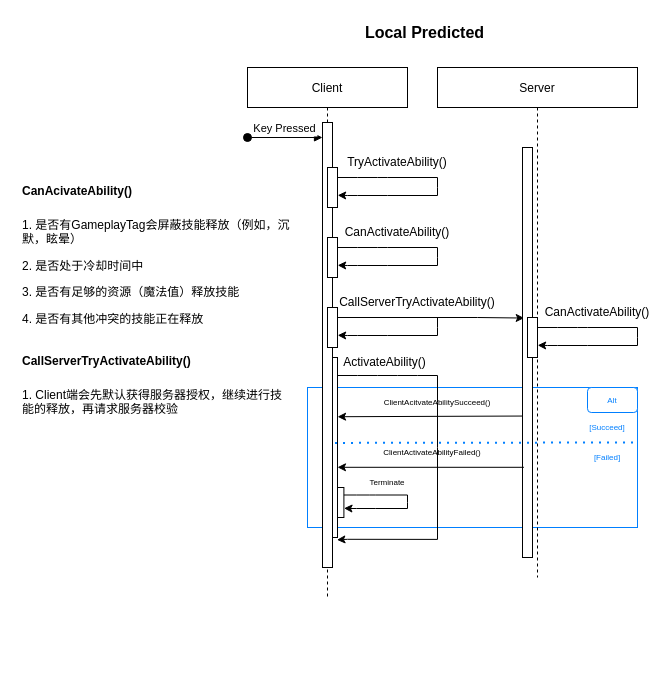
Before: Untitled Diagram.drawio in HollowKnight123/GASDocumentation, a draw.io diagram. Source tidied: cells renumbered, new cells numbered last; positions are measured from the earlier drawing's top-left corner, leaving out a move shared by most shapes. Both pictures are drawn from the tidied source at 100%, with x=0, y=0 at pixel (17, 17).
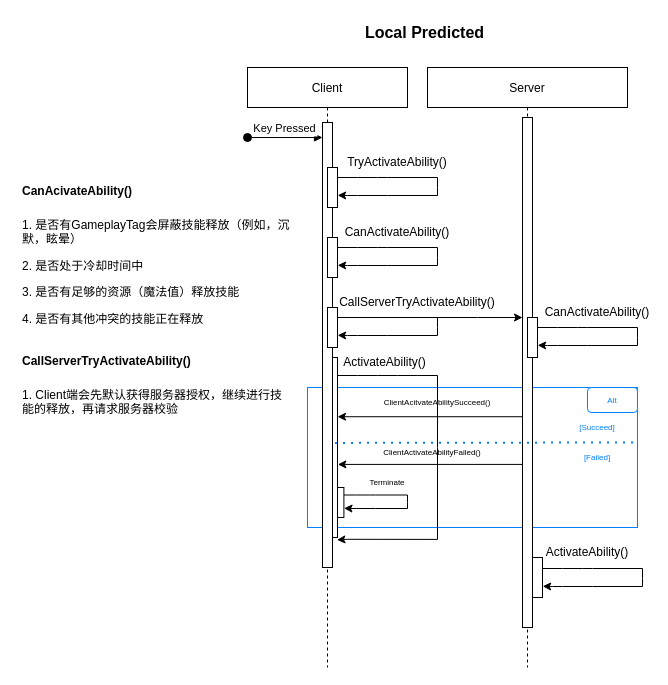
Above is the later version.

The change refers to these unchanged cells:
```xml
<mxCell id="4" style="points=[];perimeter=orthogonalPerimeter;rounded=0;shadow=0;strokeWidth=1;" parent="2" vertex="1">
  <mxGeometry width="10" height="180" as="geometry" />
</mxCell>
<mxCell id="17" style="points=[];perimeter=orthogonalPerimeter;rounded=0;shadow=0;strokeWidth=1;" parent="1" vertex="1">
  <mxGeometry x="305" y="105" width="10" height="445" as="geometry" />
</mxCell>
<mxCell id="27" style="group;" parent="1" vertex="1">
  <mxGeometry x="310" y="290" width="110" height="40" as="geometry" />
</mxCell>
<mxCell id="36" value="[Succeed]" style="text;html=1;strokeColor=none;fillColor=none;align=center;verticalAlign=middle;whiteSpace=wrap;rounded=0;labelBorderColor=none;fontSize=8;fontColor=#007FFF;" parent="34" vertex="1">
  <mxGeometry x="140" y="345" width="60" height="30" as="geometry" />
</mxCell>
```

What changed in the source:
```diff
@@
     <mxCell id="15" value="Client" style="shape=umlLifeline;perimeter=lifelinePerimeter;rounded=0;shadow=0;strokeWidth=1;" parent="1" vertex="1">
-      <mxGeometry x="230" y="50" width="160" height="530" as="geometry" />
+      <mxGeometry x="230" y="50" width="160" height="600" as="geometry" />
     </mxCell>
@@
-    <mxCell id="30" style="endArrow=classic;html=1;rounded=0;fontSize=12;entryX=0.173;entryY=0.416;entryDx=0;entryDy=0;entryPerimeter=0;" parent="27" edge="1" target="35">
+    <mxCell id="30" style="endArrow=classic;html=1;rounded=0;fontSize=12;" parent="27" edge="1" target="35">
       <mxGeometry relative="1" as="geometry">
         <mxPoint x="10" y="10" as="sourcePoint" />
         <Array as="points">
           <mxPoint x="150" y="10" />
         </Array>
       </mxGeometry>
     </mxCell>
@@
     <mxCell id="34" value="Server" style="shape=umlLifeline;perimeter=lifelinePerimeter;rounded=0;shadow=0;strokeWidth=1;size=40;" parent="1" vertex="1">
-      <mxGeometry x="420" y="50" width="200" height="510" as="geometry" />
+      <mxGeometry x="410" y="50" width="200" height="600" as="geometry" />
     </mxCell>
     <mxCell id="35" style="points=[];perimeter=orthogonalPerimeter;rounded=0;shadow=0;strokeWidth=1;" parent="34" vertex="1">
-      <mxGeometry x="85" y="80" width="10" height="410" as="geometry" />
+      <mxGeometry x="95" y="50" width="10" height="510" as="geometry" />
     </mxCell>
@@
+    <mxCell id="45" style="perimeter=orthogonalPerimeter;rounded=0;shadow=0;strokeWidth=1;" parent="34" vertex="1">
+      <mxGeometry x="105" y="490" width="10" height="40" as="geometry" />
+    </mxCell>
+    <mxCell id="46" style="endArrow=classic;html=1;rounded=0;entryX=1.022;entryY=0.597;entryDx=0;entryDy=0;entryPerimeter=0;" parent="34" edge="1">
+      <mxGeometry relative="1" as="geometry">
+        <mxPoint x="115" y="501" as="sourcePoint" />
+        <mxPoint x="115.2" y="518.8" as="targetPoint" />
+        <Array as="points">
+          <mxPoint x="135" y="501" />
+          <mxPoint x="155" y="501" />
+          <mxPoint x="165" y="501" />
+          <mxPoint x="215" y="501" />
+          <mxPoint x="215" y="511" />
+          <mxPoint x="215" y="519" />
+          <mxPoint x="165" y="519" />
+          <mxPoint x="135" y="519" />
+          <mxPoint x="125" y="519" />
+        </Array>
+      </mxGeometry>
+    </mxCell>
+    <mxCell id="47" value="ActivateAbility()" style="text;html=1;strokeColor=none;fillColor=none;align=center;verticalAlign=middle;whiteSpace=wrap;rounded=0;" parent="34" vertex="1">
+      <mxGeometry x="130" y="470" width="60" height="30" as="geometry" />
+    </mxCell>
@@
-    <mxCell id="42" style="endArrow=classic;html=1;rounded=0;fontSize=8;fontColor=#007FFF;strokeColor=#000000;exitX=-0.049;exitY=0.655;exitDx=0;exitDy=0;exitPerimeter=0;entryX=1.006;entryY=0.329;entryDx=0;entryDy=0;entryPerimeter=0;" parent="1" edge="1" source="35" target="4">
+    <mxCell id="42" style="endArrow=classic;html=1;rounded=0;fontSize=8;fontColor=#007FFF;strokeColor=#000000;entryX=1.006;entryY=0.329;entryDx=0;entryDy=0;entryPerimeter=0;" parent="1" edge="1" source="35" target="4">
       <mxGeometry relative="1" as="geometry" />
     </mxCell>
-    <mxCell id="43" style="endArrow=classic;html=1;rounded=0;fontSize=8;fontColor=#000000;strokeColor=#000000;exitX=0.141;exitY=0.78;exitDx=0;exitDy=0;exitPerimeter=0;" parent="1" edge="1" source="35" target="4">
+    <mxCell id="43" style="endArrow=classic;html=1;rounded=0;fontSize=8;fontColor=#000000;strokeColor=#000000;entryX=1.039;entryY=0.594;entryDx=0;entryDy=0;entryPerimeter=0;" parent="1" edge="1" source="35" target="4">
       <mxGeometry relative="1" as="geometry" />
     </mxCell>
-    <mxCell id="44" style="endArrow=none;dashed=1;html=1;dashPattern=1 3;strokeWidth=2;rounded=0;fontSize=8;fontColor=#000000;exitX=1.252;exitY=0.72;exitDx=0;exitDy=0;exitPerimeter=0;entryX=1;entryY=1;entryDx=0;entryDy=0;strokeColor=#007FFF;" parent="1" edge="1" source="17" target="36">
-      <mxGeometry relative="1" as="geometry" />
+    <mxCell id="44" style="endArrow=none;dashed=1;html=1;dashPattern=1 3;strokeWidth=2;rounded=0;fontSize=8;fontColor=#000000;exitX=1.252;exitY=0.72;exitDx=0;exitDy=0;exitPerimeter=0;strokeColor=#007FFF;" parent="1" edge="1" source="17">
+      <mxGeometry relative="1" as="geometry">
+        <mxPoint x="620" y="425" as="targetPoint" />
+      </mxGeometry>
     </mxCell>
```
